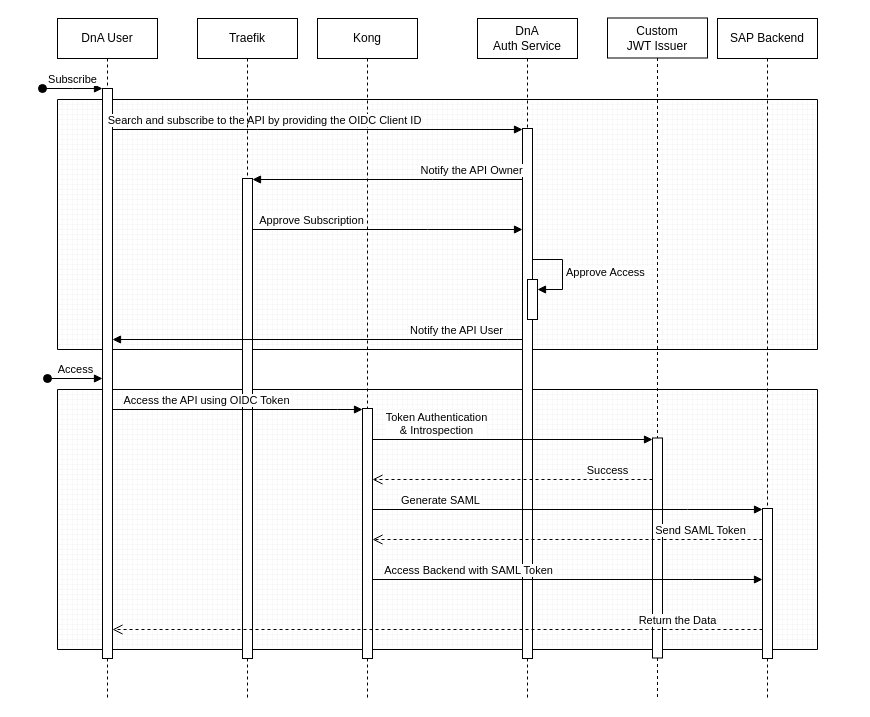
Before: DnA Security Architecture With Kong.drawio in kameshbrao/ArchiModels, a draw.io diagram. Source tidied: cells renumbered, new cells numbered last; positions are measured from the earlier drawing's top-left corner, leaving out a move shared by most shapes. Both pictures are drawn from the tidied source at 100%, with x=0, y=0 at pixel (42, 17).
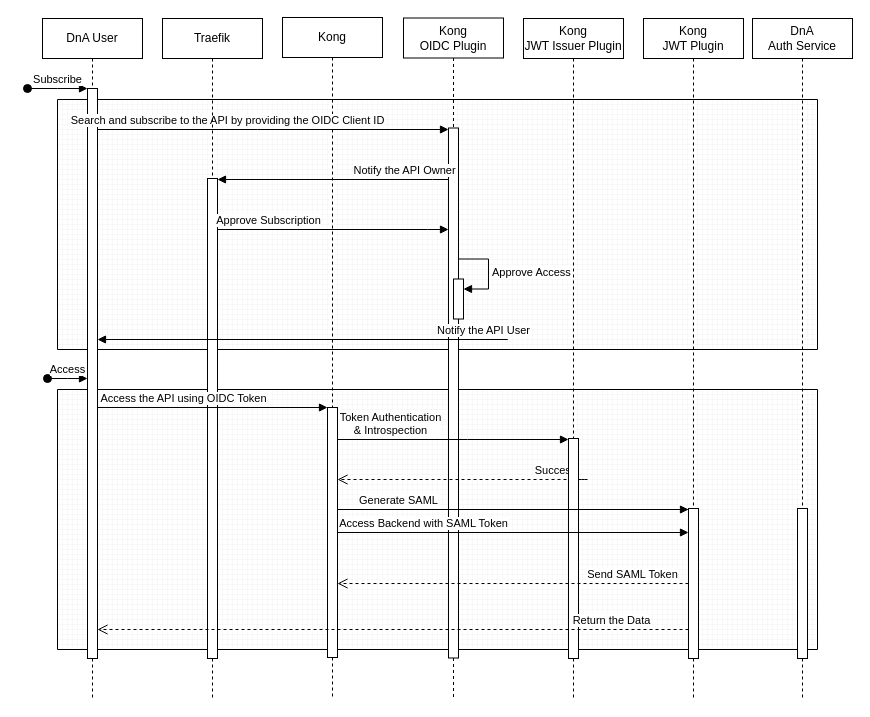
Above is the later version.

What changed in the source:
```diff
@@
     <mxCell id="4" value="DnA User" style="shape=umlLifeline;perimeter=lifelinePerimeter;whiteSpace=wrap;html=1;newEdgeStyle={&quot;edgeStyle&quot;:&quot;elbowEdgeStyle&quot;,&quot;elbow&quot;:&quot;vertical&quot;,&quot;curved&quot;:0,&quot;rounded&quot;:0};" parent="1" vertex="1">
-      <mxGeometry x="15" y="1" width="100" height="681" as="geometry" />
+      <mxGeometry y="1" width="100" height="681" as="geometry" />
     </mxCell>
@@
     <mxCell id="7" value="Kong" style="shape=umlLifeline;perimeter=lifelinePerimeter;whiteSpace=wrap;html=1;newEdgeStyle={&quot;edgeStyle&quot;:&quot;elbowEdgeStyle&quot;,&quot;elbow&quot;:&quot;vertical&quot;,&quot;curved&quot;:0,&quot;rounded&quot;:0};" parent="1" vertex="1">
-      <mxGeometry x="275" y="1" width="100" height="681" as="geometry" />
+      <mxGeometry x="240" width="100" height="681" as="geometry" />
     </mxCell>
@@
-    <mxCell id="10" value="DnA&lt;br&gt;Auth Service" style="shape=umlLifeline;perimeter=lifelinePerimeter;whiteSpace=wrap;html=1;newEdgeStyle={&quot;edgeStyle&quot;:&quot;elbowEdgeStyle&quot;,&quot;elbow&quot;:&quot;vertical&quot;,&quot;curved&quot;:0,&quot;rounded&quot;:0};" parent="1" vertex="1">
-      <mxGeometry x="435" y="1" width="100" height="681" as="geometry" />
+    <mxCell id="10" value="Kong &lt;br&gt;OIDC Plugin" style="shape=umlLifeline;perimeter=lifelinePerimeter;whiteSpace=wrap;html=1;newEdgeStyle={&quot;edgeStyle&quot;:&quot;elbowEdgeStyle&quot;,&quot;elbow&quot;:&quot;vertical&quot;,&quot;curved&quot;:0,&quot;rounded&quot;:0};" parent="1" vertex="1">
+      <mxGeometry x="361" y="0.5" width="100" height="681" as="geometry" />
     </mxCell>
@@
-    <mxCell id="14" value="SAP Backend" style="shape=umlLifeline;perimeter=lifelinePerimeter;whiteSpace=wrap;html=1;newEdgeStyle={&quot;edgeStyle&quot;:&quot;elbowEdgeStyle&quot;,&quot;elbow&quot;:&quot;vertical&quot;,&quot;curved&quot;:0,&quot;rounded&quot;:0};" parent="1" vertex="1">
-      <mxGeometry x="675" y="1" width="100" height="681" as="geometry" />
+    <mxCell id="14" value="Kong&lt;br&gt;JWT Plugin" style="shape=umlLifeline;perimeter=lifelinePerimeter;whiteSpace=wrap;html=1;newEdgeStyle={&quot;edgeStyle&quot;:&quot;elbowEdgeStyle&quot;,&quot;elbow&quot;:&quot;vertical&quot;,&quot;curved&quot;:0,&quot;rounded&quot;:0};" parent="1" vertex="1">
+      <mxGeometry x="601" y="1" width="100" height="681" as="geometry" />
     </mxCell>
@@
     <mxCell id="16" value="Traefik" style="shape=umlLifeline;perimeter=lifelinePerimeter;whiteSpace=wrap;html=1;newEdgeStyle={&quot;edgeStyle&quot;:&quot;elbowEdgeStyle&quot;,&quot;elbow&quot;:&quot;vertical&quot;,&quot;curved&quot;:0,&quot;rounded&quot;:0};" parent="1" vertex="1">
-      <mxGeometry x="155" y="1" width="100" height="680" as="geometry" />
+      <mxGeometry x="120" y="1" width="100" height="680" as="geometry" />
     </mxCell>
@@
-    <mxCell id="25" value="Custom &lt;br&gt;JWT Issuer" style="shape=umlLifeline;perimeter=lifelinePerimeter;whiteSpace=wrap;html=1;newEdgeStyle={&quot;edgeStyle&quot;:&quot;elbowEdgeStyle&quot;,&quot;elbow&quot;:&quot;vertical&quot;,&quot;curved&quot;:0,&quot;rounded&quot;:0};" parent="1" vertex="1">
-      <mxGeometry x="565" y="0.5" width="100" height="681" as="geometry" />
+    <mxCell id="25" value="Kong&lt;br&gt;JWT Issuer Plugin" style="shape=umlLifeline;perimeter=lifelinePerimeter;whiteSpace=wrap;html=1;newEdgeStyle={&quot;edgeStyle&quot;:&quot;elbowEdgeStyle&quot;,&quot;elbow&quot;:&quot;vertical&quot;,&quot;curved&quot;:0,&quot;rounded&quot;:0};" parent="1" vertex="1">
+      <mxGeometry x="481" y="1" width="100" height="681" as="geometry" />
     </mxCell>
@@
+    <mxCell id="31" value="DnA &lt;br&gt;Auth Service" style="shape=umlLifeline;perimeter=lifelinePerimeter;whiteSpace=wrap;html=1;newEdgeStyle={&quot;edgeStyle&quot;:&quot;elbowEdgeStyle&quot;,&quot;elbow&quot;:&quot;vertical&quot;,&quot;curved&quot;:0,&quot;rounded&quot;:0};" parent="1" vertex="1">
+      <mxGeometry x="710" y="1" width="100" height="681" as="geometry" />
+    </mxCell>
+    <mxCell id="32" style="html=1;perimeter=orthogonalPerimeter;targetShapes=umlLifeline;newEdgeStyle={&quot;edgeStyle&quot;:&quot;elbowEdgeStyle&quot;,&quot;elbow&quot;:&quot;vertical&quot;,&quot;curved&quot;:0,&quot;rounded&quot;:0};" parent="31" vertex="1">
+      <mxGeometry x="45" y="490" width="10" height="150" as="geometry" />
+    </mxCell>
```
